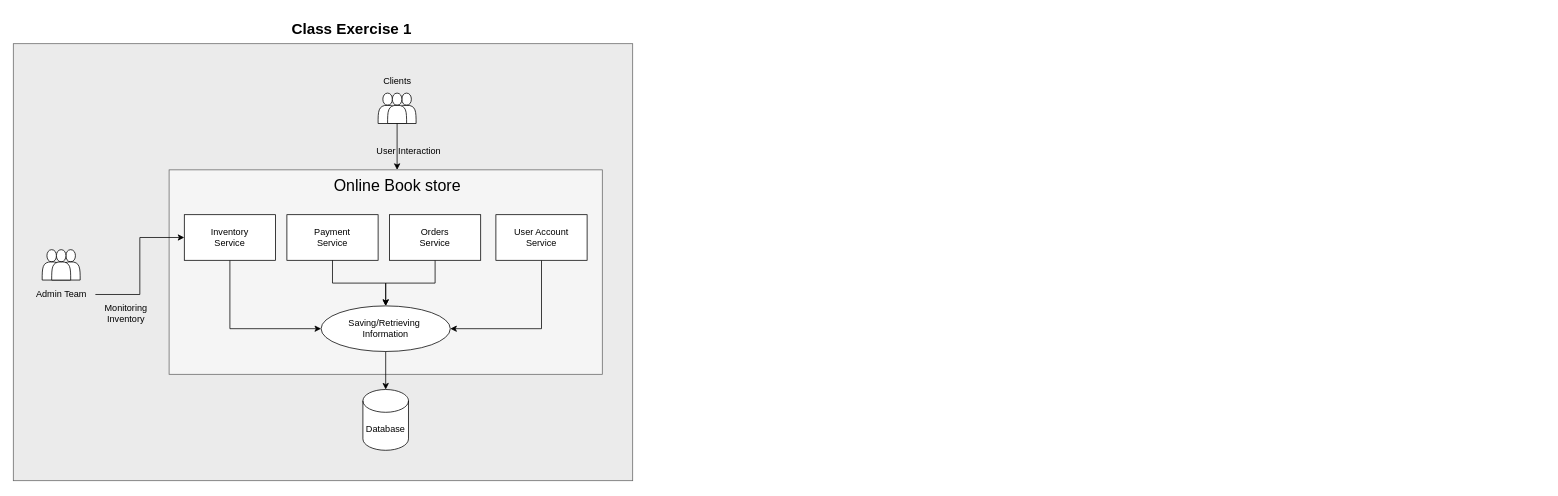
Above: Enterprise Architecture/Enterprise Architecture Diagrams.drawio in 07prajwal2000/UWS---Works-and-Assignments (draw.io), before the change. Source tidied: cells renumbered, new cells numbered last; positions are measured from the earlier drawing's top-left corner, leaving out a move shared by most shapes. Both pictures are drawn from the tidied source at 76%, with x=0, y=0 at pixel (13, 13).
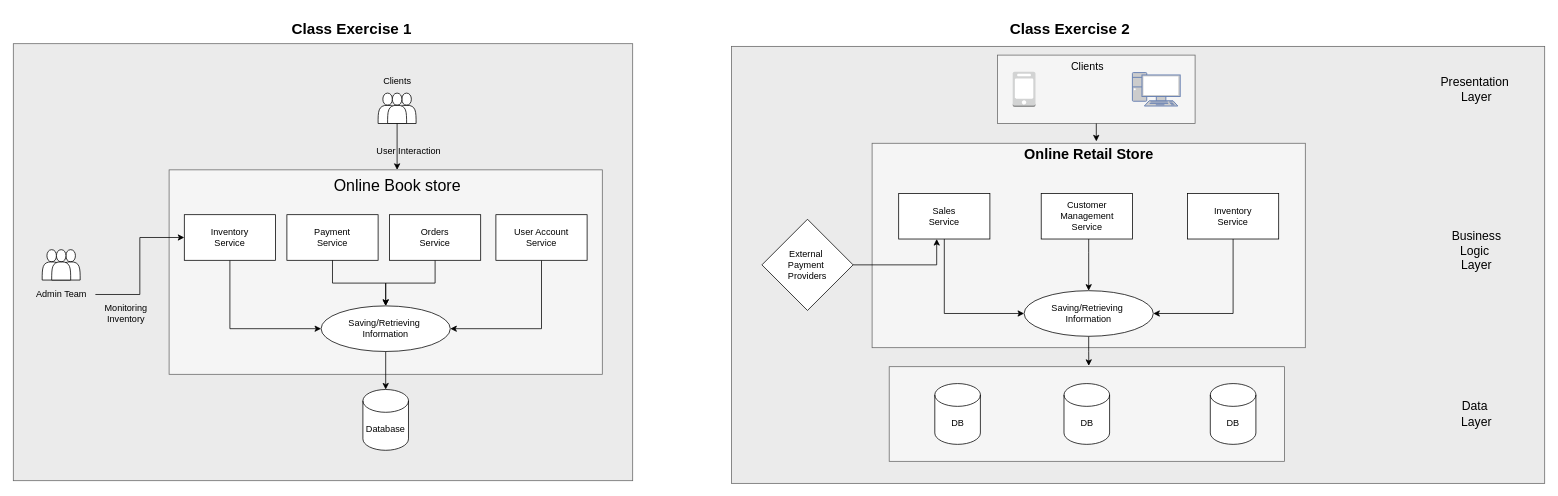
The same page after the edit.

Commit message (it also covers changes not shown here):
Added class exercise 2 for EA and course-work spec

Diff of the diagram source:
```diff
@@
+    <mxCell id="31" style="rounded=0;whiteSpace=wrap;html=1;fillColor=#EBEBEB;strokeColor=#666666;fontColor=#333333;" parent="1" vertex="1">
+      <mxGeometry x="945" y="43.5" width="1070" height="575" as="geometry" />
+    </mxCell>
+    <mxCell id="32" value="Class Exercise 2" style="text;html=1;align=center;verticalAlign=middle;strokeColor=none;fillColor=none;fontSize=20;fontStyle=1;" parent="1" vertex="1">
+      <mxGeometry x="1305" width="170" height="40" as="geometry" />
+    </mxCell>
+    <mxCell id="33" style="rounded=0;whiteSpace=wrap;html=1;fillColor=#f5f5f5;fontColor=#333333;strokeColor=#666666;" parent="1" vertex="1">
+      <mxGeometry x="1130" y="171" width="570" height="269" as="geometry" />
+    </mxCell>
+    <mxCell id="34" style="edgeStyle=orthogonalEdgeStyle;rounded=0;jettySize=auto;html=1;entryX=0;entryY=0.5;entryDx=0;entryDy=0;" parent="1" edge="1" source="35" target="44">
+      <mxGeometry relative="1" as="geometry">
+        <Array as="points">
+          <mxPoint x="1225" y="395" />
+        </Array>
+      </mxGeometry>
+    </mxCell>
+    <mxCell id="35" value="Sales&lt;div&gt;Service&lt;/div&gt;" style="rounded=0;whiteSpace=wrap;html=1;" parent="1" vertex="1">
+      <mxGeometry x="1165" y="237" width="120" height="60" as="geometry" />
+    </mxCell>
+    <mxCell id="36" style="edgeStyle=orthogonalEdgeStyle;rounded=0;jettySize=auto;html=1;entryX=0.5;entryY=0;entryDx=0;entryDy=0;" parent="1" edge="1" source="37" target="44">
+      <mxGeometry relative="1" as="geometry">
+        <Array as="points">
+          <mxPoint x="1415" y="315" />
+          <mxPoint x="1415" y="315" />
+        </Array>
+      </mxGeometry>
+    </mxCell>
+    <mxCell id="37" value="Customer Management&lt;br&gt;&lt;span style=&quot;background-color: initial;&quot;&gt;Service&lt;/span&gt;" style="rounded=0;whiteSpace=wrap;html=1;" parent="1" vertex="1">
+      <mxGeometry x="1352.5" y="237" width="120" height="60" as="geometry" />
+    </mxCell>
+    <mxCell id="38" style="edgeStyle=orthogonalEdgeStyle;rounded=0;jettySize=auto;html=1;entryX=1;entryY=0.5;entryDx=0;entryDy=0;" parent="1" edge="1" source="39" target="44">
+      <mxGeometry relative="1" as="geometry">
+        <Array as="points">
+          <mxPoint x="1605" y="395" />
+        </Array>
+      </mxGeometry>
+    </mxCell>
+    <mxCell id="39" value="Inventory&lt;div&gt;Service&lt;/div&gt;" style="rounded=0;whiteSpace=wrap;html=1;" parent="1" vertex="1">
+      <mxGeometry x="1545" y="237" width="120" height="60" as="geometry" />
+    </mxCell>
+    <mxCell id="40" value="Online Retail Store" style="text;html=1;align=center;verticalAlign=middle;points=[];strokeColor=none;fillColor=none;fontSize=19;fontStyle=1;" parent="1" vertex="1">
+      <mxGeometry x="1325" y="166" width="180" height="40" as="geometry" />
+    </mxCell>
+    <mxCell id="41" style="edgeStyle=orthogonalEdgeStyle;rounded=0;jettySize=auto;html=1;" parent="1" edge="1" source="42">
+      <mxGeometry relative="1" as="geometry">
+        <mxPoint x="1215" y="297" as="targetPoint" />
+        <Array as="points">
+          <mxPoint x="1215" y="331" />
+          <mxPoint x="1215" y="297" />
+        </Array>
+      </mxGeometry>
+    </mxCell>
+    <mxCell id="42" value="External&amp;nbsp;&lt;div&gt;Payment&amp;nbsp;&lt;div&gt;Providers&lt;/div&gt;&lt;/div&gt;" style="rhombus;whiteSpace=wrap;html=1;" parent="1" vertex="1">
+      <mxGeometry x="985" y="271" width="120" height="120" as="geometry" />
+    </mxCell>
+    <mxCell id="43" style="edgeStyle=orthogonalEdgeStyle;rounded=0;jettySize=auto;html=1;" parent="1" edge="1" source="44">
+      <mxGeometry relative="1" as="geometry">
+        <mxPoint x="1415.1" y="463.9" as="targetPoint" />
+      </mxGeometry>
+    </mxCell>
+    <mxCell id="44" value="Saving/Retrieving&amp;nbsp;&lt;div&gt;Information&lt;/div&gt;" style="ellipse;whiteSpace=wrap;html=1;" parent="1" vertex="1">
+      <mxGeometry x="1330" y="365" width="170" height="60" as="geometry" />
+    </mxCell>
+    <mxCell id="45" style="rounded=0;whiteSpace=wrap;html=1;fillColor=#f5f5f5;fontColor=#333333;strokeColor=#666666;" parent="1" vertex="1">
+      <mxGeometry x="1152.5" y="465" width="520" height="124.5" as="geometry" />
+    </mxCell>
+    <mxCell id="46" value="DB" style="shape=cylinder3;whiteSpace=wrap;html=1;boundedLbl=1;backgroundOutline=1;size=15;" parent="1" vertex="1">
+      <mxGeometry x="1212.5" y="487.2" width="60" height="80" as="geometry" />
+    </mxCell>
+    <mxCell id="47" value="DB" style="shape=cylinder3;whiteSpace=wrap;html=1;boundedLbl=1;backgroundOutline=1;size=15;" parent="1" vertex="1">
+      <mxGeometry x="1382.5" y="487.2" width="60" height="80" as="geometry" />
+    </mxCell>
+    <mxCell id="48" value="DB" style="shape=cylinder3;whiteSpace=wrap;html=1;boundedLbl=1;backgroundOutline=1;size=15;" parent="1" vertex="1">
+      <mxGeometry x="1575" y="487.2" width="60" height="80" as="geometry" />
+    </mxCell>
+    <mxCell id="49" value="Data&amp;nbsp;&lt;div&gt;Layer&lt;/div&gt;" style="text;html=1;align=center;verticalAlign=middle;strokeColor=none;fillColor=none;fontSize=16;" parent="1" vertex="1">
+      <mxGeometry x="1895" y="502.2" width="60" height="50" as="geometry" />
+    </mxCell>
+    <mxCell id="50" value="Business&lt;div&gt;Logic&amp;nbsp;&lt;/div&gt;&lt;div&gt;Layer&lt;/div&gt;" style="text;html=1;align=center;verticalAlign=middle;strokeColor=none;fillColor=none;fontSize=16;" parent="1" vertex="1">
+      <mxGeometry x="1880" y="277" width="90" height="70" as="geometry" />
+    </mxCell>
+    <mxCell id="51" value="&lt;div&gt;Presentation&amp;nbsp;&lt;/div&gt;&lt;div&gt;Layer&lt;/div&gt;" style="text;html=1;align=center;verticalAlign=middle;strokeColor=none;fillColor=none;fontSize=16;" parent="1" vertex="1">
+      <mxGeometry x="1865" y="75" width="120" height="50" as="geometry" />
+    </mxCell>
+    <mxCell id="52" style="rounded=0;whiteSpace=wrap;html=1;fillColor=#f5f5f5;fontColor=#333333;strokeColor=#666666;" parent="1" vertex="1">
+      <mxGeometry x="1295" y="55" width="260" height="90" as="geometry" />
+    </mxCell>
+    <mxCell id="53" style="dashed=0;verticalLabelPosition=bottom;verticalAlign=top;align=center;html=1;shape=mxgraph.aws3.mobile_client;fillColor=#D2D3D3;gradientColor=none;" parent="1" vertex="1">
+      <mxGeometry x="1315" y="76.8" width="30" height="46.5" as="geometry" />
+    </mxCell>
+    <mxCell id="54" value="Clients" style="text;html=1;align=center;verticalAlign=middle;strokeColor=none;fillColor=none;fontSize=14;" parent="1" vertex="1">
+      <mxGeometry x="1377.5" y="55" width="70" height="30" as="geometry" />
+    </mxCell>
+    <mxCell id="55" style="fontColor=#0066CC;verticalAlign=top;verticalLabelPosition=bottom;labelPosition=center;align=center;html=1;fillColor=#CCCCCC;strokeColor=#6881B3;gradientColor=none;gradientDirection=north;strokeWidth=2;shape=mxgraph.networks.pc;" parent="1" vertex="1">
+      <mxGeometry x="1472.5" y="78" width="62.9" height="44" as="geometry" />
+    </mxCell>
+    <mxCell id="56" style="edgeStyle=orthogonalEdgeStyle;rounded=0;jettySize=auto;html=1;entryX=0.556;entryY=0.063;entryDx=0;entryDy=0;entryPerimeter=0;" parent="1" edge="1" source="52" target="40">
+      <mxGeometry relative="1" as="geometry" />
+    </mxCell>
```
